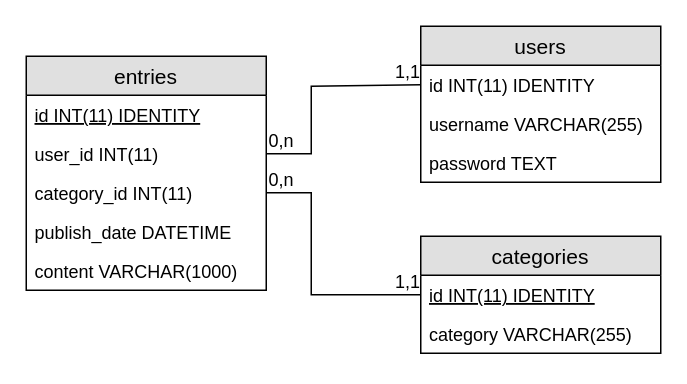
IBZTI2018/TI3-WT-SA keeps this draw.io diagram as docs/assets/database.drawio. Above is the earlier version. Source tidied: cells renumbered, new cells numbered last; positions are measured from the earlier drawing's top-left corner, leaving out a move shared by most shapes. Both pictures are drawn from the tidied source at 150%, with x=0, y=0 at pixel (26, 26).
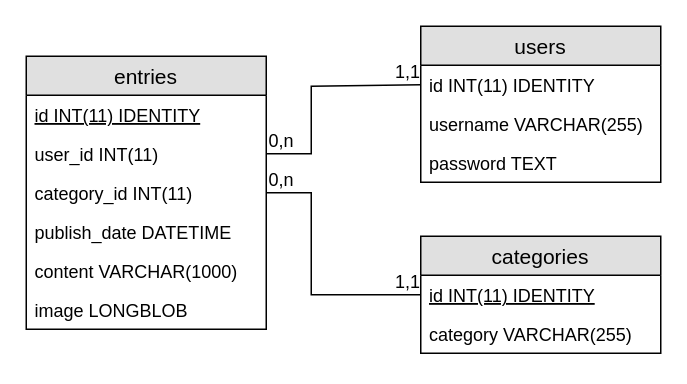
The same diagram, later.

Commit message (it also covers changes not shown here):
add missing field to erm diagram; #17

Diff of the diagram source:
```diff
@@
     <mxCell id="5" value="entries" style="swimlane;fontStyle=0;horizontal=1;startSize=26;fillColor=#e0e0e0;swimlaneFillColor=#ffffff;align=center;fontSize=14;" parent="1" vertex="1">
-      <mxGeometry y="20" width="160" height="156" as="geometry" />
+      <mxGeometry y="20" width="160" height="182" as="geometry" />
     </mxCell>
@@
+    <mxCell id="21" value="image LONGBLOB" style="text;strokeColor=none;fillColor=none;spacingLeft=4;spacingRight=4;overflow=hidden;fontSize=12;" parent="5" vertex="1">
+      <mxGeometry y="156" width="160" height="26" as="geometry" />
+    </mxCell>
```
